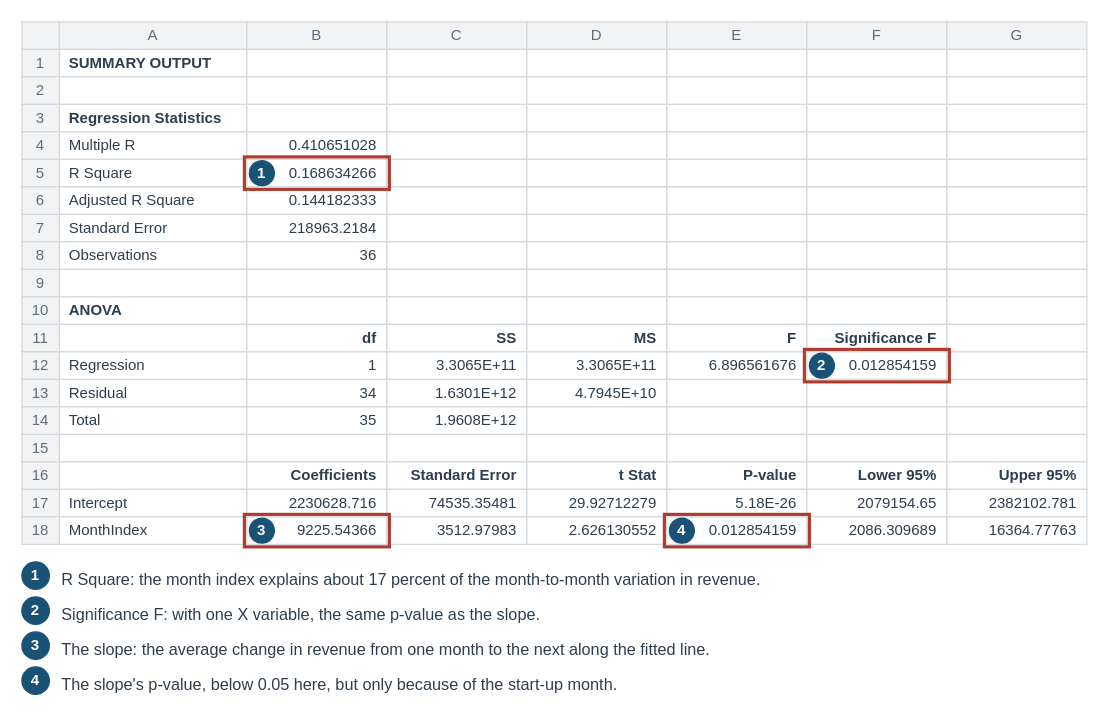
The draw.io diagram visuals/src/fig-07-02-regression-output.drawio in mmcodesso/Accounting_Analytics_Book, before the edit. Source tidied: cells renumbered, new cells numbered last; positions are measured from the earlier drawing's top-left corner, leaving out a move shared by most shapes. Both pictures are drawn from the tidied source at 125%, with x=0, y=0 at pixel (21, 21).
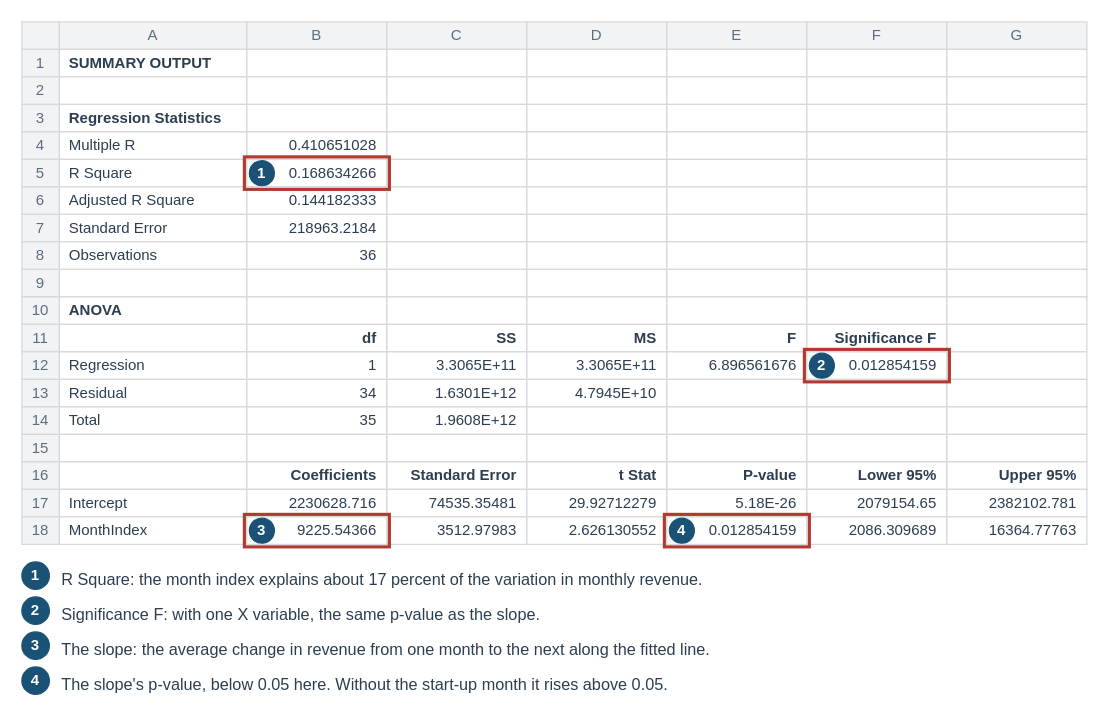
The same page after the edit.

Change to the diagram source:
```diff
@@
-    <mxCell id="160" value="R Square: the month index explains about 17 percent of the month-to-month variation in revenue." style="text;html=1;whiteSpace=wrap;align=left;verticalAlign=top;fontSize=13;fontColor=#2C3E50;fontStyle=0;fontFamily=Helvetica;spacing=2;fillColor=none;strokeColor=none;" parent="1" vertex="1">
+    <mxCell id="160" value="R Square: the month index explains about 17 percent of the variation in monthly revenue." style="text;html=1;whiteSpace=wrap;align=left;verticalAlign=top;fontSize=13;fontColor=#2C3E50;fontStyle=0;fontFamily=Helvetica;spacing=2;fillColor=none;strokeColor=none;" parent="1" vertex="1">
       <mxGeometry x="30" y="432" width="830" height="24" as="geometry" />
     </mxCell>
@@
-    <mxCell id="166" value="The slope's p-value, below 0.05 here, but only because of the start-up month." style="text;html=1;whiteSpace=wrap;align=left;verticalAlign=top;fontSize=13;fontColor=#2C3E50;fontStyle=0;fontFamily=Helvetica;spacing=2;fillColor=none;strokeColor=none;" parent="1" vertex="1">
+    <mxCell id="166" value="The slope's p-value, below 0.05 here. Without the start-up month it rises above 0.05." style="text;html=1;whiteSpace=wrap;align=left;verticalAlign=top;fontSize=13;fontColor=#2C3E50;fontStyle=0;fontFamily=Helvetica;spacing=2;fillColor=none;strokeColor=none;" parent="1" vertex="1">
       <mxGeometry x="30" y="516" width="830" height="24" as="geometry" />
     </mxCell>
```
